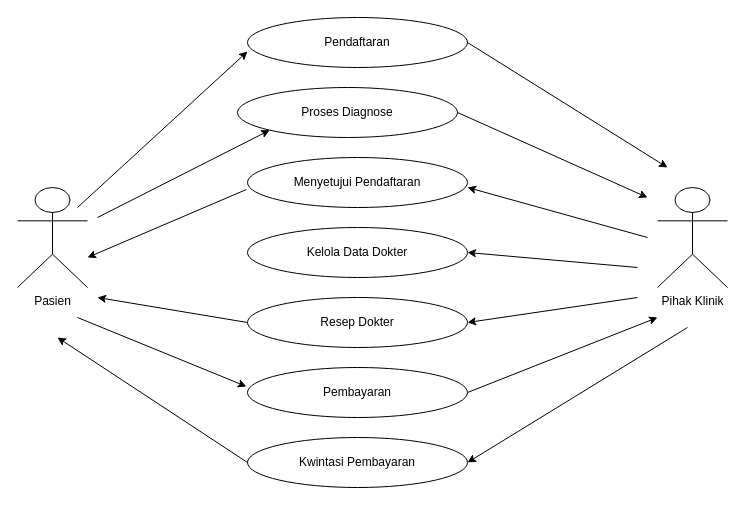
Earlier version of the draw.io diagram Use Case yang berjalan.drawio (ratihpn99/rpn). Source tidied: cells renumbered, new cells numbered last; positions are measured from the earlier drawing's top-left corner, leaving out a move shared by most shapes. Both pictures are drawn from the tidied source at 100%, with x=0, y=0 at pixel (17, 17).
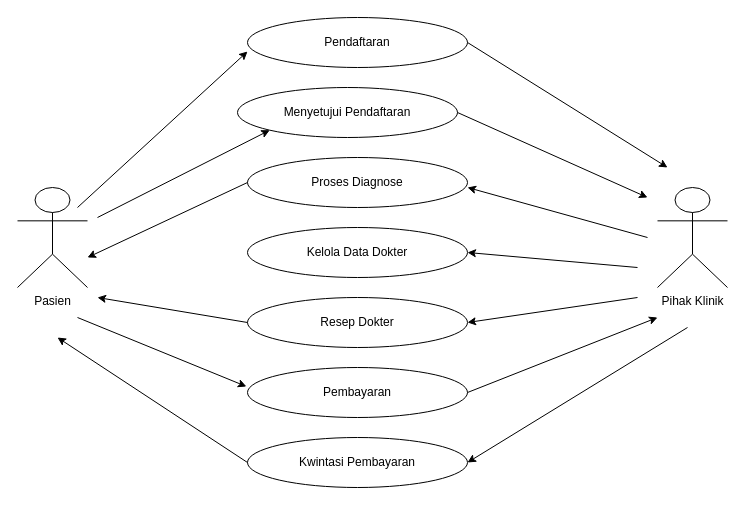
The same diagram, later.

What changed in the source:
```diff
@@
-    <mxCell id="2" value="Proses Diagnose" style="ellipse;whiteSpace=wrap;html=1;" parent="1" vertex="1">
+    <mxCell id="2" value="Menyetujui Pendaftaran" style="ellipse;whiteSpace=wrap;html=1;" parent="1" vertex="1">
       <mxGeometry x="220" y="70" width="220" height="50" as="geometry" />
     </mxCell>
-    <mxCell id="3" value="Menyetujui Pendaftaran" style="ellipse;whiteSpace=wrap;html=1;" parent="1" vertex="1">
+    <mxCell id="3" value="Proses Diagnose" style="ellipse;whiteSpace=wrap;html=1;" parent="1" vertex="1">
       <mxGeometry x="230" y="140" width="220" height="50" as="geometry" />
     </mxCell>
@@
-    <mxCell id="13" style="endArrow=classic;html=1;exitX=-0.005;exitY=0.64;exitDx=0;exitDy=0;exitPerimeter=0;" parent="1" edge="1" source="3">
+    <mxCell id="13" style="endArrow=classic;html=1;exitX=0;exitY=0.5;exitDx=0;exitDy=0;" parent="1" edge="1" source="3">
       <mxGeometry relative="1" as="geometry">
         <mxPoint x="70" y="240" as="targetPoint" />
       </mxGeometry>
     </mxCell>
```
